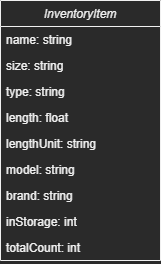
scoutchorton/cst-150 keeps this draw.io diagram as Milestone2/InventoryItem.png. Above is the earlier version. Source tidied: cells renumbered, new cells last; positions are measured from the earlier drawing's top-left corner, leaving out a move shared by most shapes. Source of this version:
```xml
<mxGraphModel>
  <root>
    <mxCell id="0" />
    <mxCell id="1" parent="0" />
    <mxCell id="2" value="InventoryItem" style="swimlane;fontStyle=2;align=center;verticalAlign=top;horizontal=1;startSize=26;rounded=0;shadow=0;strokeWidth=1;" parent="1" vertex="1">
      <mxGeometry width="160" height="260" as="geometry" />
    </mxCell>
    <mxCell id="3" value="name: string" style="text;align=left;verticalAlign=top;spacingLeft=4;spacingRight=4;overflow=hidden;" parent="2" vertex="1">
      <mxGeometry y="26" width="160" height="26" as="geometry" />
    </mxCell>
    <mxCell id="4" value="size: string" style="text;align=left;verticalAlign=top;spacingLeft=4;spacingRight=4;overflow=hidden;rounded=0;shadow=0;html=0;" parent="2" vertex="1">
      <mxGeometry y="52" width="160" height="26" as="geometry" />
    </mxCell>
    <mxCell id="5" value="type: string" style="text;align=left;verticalAlign=top;spacingLeft=4;spacingRight=4;overflow=hidden;rounded=0;shadow=0;html=0;" parent="2" vertex="1">
      <mxGeometry y="78" width="160" height="26" as="geometry" />
    </mxCell>
    <mxCell id="6" value="length: float" style="text;align=left;verticalAlign=top;spacingLeft=4;spacingRight=4;overflow=hidden;rounded=0;shadow=0;html=0;" parent="2" vertex="1">
      <mxGeometry y="104" width="160" height="26" as="geometry" />
    </mxCell>
    <mxCell id="7" value="lengthUnit: string" style="text;align=left;verticalAlign=top;spacingLeft=4;spacingRight=4;overflow=hidden;rounded=0;shadow=0;html=0;" parent="2" vertex="1">
      <mxGeometry y="130" width="160" height="26" as="geometry" />
    </mxCell>
    <mxCell id="8" value="model: string" style="text;align=left;verticalAlign=top;spacingLeft=4;spacingRight=4;overflow=hidden;rounded=0;shadow=0;html=0;" parent="2" vertex="1">
      <mxGeometry y="156" width="160" height="26" as="geometry" />
    </mxCell>
    <mxCell id="9" value="brand: string" style="text;align=left;verticalAlign=top;spacingLeft=4;spacingRight=4;overflow=hidden;rounded=0;shadow=0;html=0;" parent="2" vertex="1">
      <mxGeometry y="182" width="160" height="26" as="geometry" />
    </mxCell>
    <mxCell id="10" value="inStorage: int" style="text;align=left;verticalAlign=top;spacingLeft=4;spacingRight=4;overflow=hidden;rounded=0;shadow=0;html=0;" parent="2" vertex="1">
      <mxGeometry y="208" width="160" height="26" as="geometry" />
    </mxCell>
    <mxCell id="11" value="totalCount: int" style="text;align=left;verticalAlign=top;spacingLeft=4;spacingRight=4;overflow=hidden;rounded=0;shadow=0;html=0;" parent="2" vertex="1">
      <mxGeometry y="234" width="160" height="26" as="geometry" />
    </mxCell>
  </root>
</mxGraphModel>
```
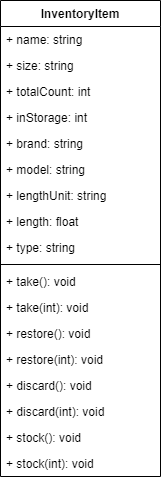
The same diagram one commit later.

Commit message:
Updated UML diagram

The edit, as a diff of the source:
```diff
@@ -2,35 +2,62 @@
   <root>
     <mxCell id="0" />
     <mxCell id="1" parent="0" />
-    <mxCell id="2" value="InventoryItem" style="swimlane;fontStyle=2;align=center;verticalAlign=top;horizontal=1;startSize=26;rounded=0;shadow=0;strokeWidth=1;" parent="1" vertex="1">
-      <mxGeometry width="160" height="260" as="geometry" />
+    <mxCell id="2" value="InventoryItem" style="swimlane;fontStyle=1;align=center;verticalAlign=top;horizontal=1;startSize=26;" parent="1" vertex="1">
+      <mxGeometry width="160" height="476" as="geometry" />
     </mxCell>
-    <mxCell id="3" value="name: string" style="text;align=left;verticalAlign=top;spacingLeft=4;spacingRight=4;overflow=hidden;" parent="2" vertex="1">
+    <mxCell id="3" value="+ name: string" style="text;align=left;verticalAlign=top;spacingLeft=4;spacingRight=4;overflow=hidden;" parent="2" vertex="1">
       <mxGeometry y="26" width="160" height="26" as="geometry" />
     </mxCell>
-    <mxCell id="4" value="size: string" style="text;align=left;verticalAlign=top;spacingLeft=4;spacingRight=4;overflow=hidden;rounded=0;shadow=0;html=0;" parent="2" vertex="1">
+    <mxCell id="4" value="+ size: string" style="text;align=left;verticalAlign=top;spacingLeft=4;spacingRight=4;overflow=hidden;rounded=0;shadow=0;html=0;" parent="2" vertex="1">
       <mxGeometry y="52" width="160" height="26" as="geometry" />
     </mxCell>
+    <mxCell id="11" value="+ totalCount: int" style="text;align=left;verticalAlign=top;spacingLeft=4;spacingRight=4;overflow=hidden;rounded=0;shadow=0;html=0;" parent="2" vertex="1">
+      <mxGeometry y="78" width="160" height="26" as="geometry" />
+    </mxCell>
+    <mxCell id="10" value="+ inStorage: int" style="text;align=left;verticalAlign=top;spacingLeft=4;spacingRight=4;overflow=hidden;rounded=0;shadow=0;html=0;" parent="2" vertex="1">
+      <mxGeometry y="104" width="160" height="26" as="geometry" />
+    </mxCell>
+    <mxCell id="9" value="+ brand: string" style="text;align=left;verticalAlign=top;spacingLeft=4;spacingRight=4;overflow=hidden;rounded=0;shadow=0;html=0;" parent="2" vertex="1">
+      <mxGeometry y="130" width="160" height="26" as="geometry" />
+    </mxCell>
+    <mxCell id="8" value="+ model: string" style="text;align=left;verticalAlign=top;spacingLeft=4;spacingRight=4;overflow=hidden;rounded=0;shadow=0;html=0;" parent="2" vertex="1">
+      <mxGeometry y="156" width="160" height="26" as="geometry" />
+    </mxCell>
+    <mxCell id="7" value="+ lengthUnit: string" style="text;align=left;verticalAlign=top;spacingLeft=4;spacingRight=4;overflow=hidden;rounded=0;shadow=0;html=0;" parent="2" vertex="1">
+      <mxGeometry y="182" width="160" height="26" as="geometry" />
+    </mxCell>
+    <mxCell id="6" value="+ length: float" style="text;align=left;verticalAlign=top;spacingLeft=4;spacingRight=4;overflow=hidden;rounded=0;shadow=0;html=0;" parent="2" vertex="1">
+      <mxGeometry y="208" width="160" height="26" as="geometry" />
+    </mxCell>
-    <mxCell id="5" value="type: string" style="text;align=left;verticalAlign=top;spacingLeft=4;spacingRight=4;overflow=hidden;rounded=0;shadow=0;html=0;" parent="2" vertex="1">
-      <mxGeometry y="78" width="160" height="26" as="geometry" />
+    <mxCell id="5" value="+ type: string" style="text;align=left;verticalAlign=top;spacingLeft=4;spacingRight=4;overflow=hidden;rounded=0;shadow=0;html=0;" parent="2" vertex="1">
+      <mxGeometry y="234" width="160" height="26" as="geometry" />
     </mxCell>
-    <mxCell id="6" value="length: float" style="text;align=left;verticalAlign=top;spacingLeft=4;spacingRight=4;overflow=hidden;rounded=0;shadow=0;html=0;" parent="2" vertex="1">
-      <mxGeometry y="104" width="160" height="26" as="geometry" />
-    </mxCell>
-    <mxCell id="7" value="lengthUnit: string" style="text;align=left;verticalAlign=top;spacingLeft=4;spacingRight=4;overflow=hidden;rounded=0;shadow=0;html=0;" parent="2" vertex="1">
-      <mxGeometry y="130" width="160" height="26" as="geometry" />
-    </mxCell>
-    <mxCell id="8" value="model: string" style="text;align=left;verticalAlign=top;spacingLeft=4;spacingRight=4;overflow=hidden;rounded=0;shadow=0;html=0;" parent="2" vertex="1">
-      <mxGeometry y="156" width="160" height="26" as="geometry" />
-    </mxCell>
-    <mxCell id="9" value="brand: string" style="text;align=left;verticalAlign=top;spacingLeft=4;spacingRight=4;overflow=hidden;rounded=0;shadow=0;html=0;" parent="2" vertex="1">
-      <mxGeometry y="182" width="160" height="26" as="geometry" />
-    </mxCell>
-    <mxCell id="10" value="inStorage: int" style="text;align=left;verticalAlign=top;spacingLeft=4;spacingRight=4;overflow=hidden;rounded=0;shadow=0;html=0;" parent="2" vertex="1">
-      <mxGeometry y="208" width="160" height="26" as="geometry" />
-    </mxCell>
-    <mxCell id="11" value="totalCount: int" style="text;align=left;verticalAlign=top;spacingLeft=4;spacingRight=4;overflow=hidden;rounded=0;shadow=0;html=0;" parent="2" vertex="1">
-      <mxGeometry y="234" width="160" height="26" as="geometry" />
-    </mxCell>
+    <mxCell id="12" style="line;strokeWidth=1;fillColor=none;align=left;verticalAlign=middle;spacingTop=-1;spacingLeft=3;spacingRight=3;labelPosition=right;strokeColor=inherit;" parent="2" vertex="1">
+      <mxGeometry y="260" width="160" height="8" as="geometry" />
+    </mxCell>
+    <mxCell id="13" value="+ take(): void" style="text;strokeColor=none;fillColor=none;align=left;verticalAlign=top;spacingLeft=4;spacingRight=4;overflow=hidden;" parent="2" vertex="1">
+      <mxGeometry y="268" width="160" height="26" as="geometry" />
+    </mxCell>
+    <mxCell id="14" value="+ take(int): void" style="text;strokeColor=none;fillColor=none;align=left;verticalAlign=top;spacingLeft=4;spacingRight=4;overflow=hidden;" parent="2" vertex="1">
+      <mxGeometry y="294" width="160" height="26" as="geometry" />
+    </mxCell>
+    <mxCell id="15" value="+ restore(): void" style="text;strokeColor=none;fillColor=none;align=left;verticalAlign=top;spacingLeft=4;spacingRight=4;overflow=hidden;" parent="2" vertex="1">
+      <mxGeometry y="320" width="160" height="26" as="geometry" />
+    </mxCell>
+    <mxCell id="16" value="+ restore(int): void" style="text;strokeColor=none;fillColor=none;align=left;verticalAlign=top;spacingLeft=4;spacingRight=4;overflow=hidden;" parent="2" vertex="1">
+      <mxGeometry y="346" width="160" height="26" as="geometry" />
+    </mxCell>
+    <mxCell id="17" value="+ discard(): void" style="text;strokeColor=none;fillColor=none;align=left;verticalAlign=top;spacingLeft=4;spacingRight=4;overflow=hidden;" parent="2" vertex="1">
+      <mxGeometry y="372" width="160" height="26" as="geometry" />
+    </mxCell>
+    <mxCell id="18" value="+ discard(int): void" style="text;strokeColor=none;fillColor=none;align=left;verticalAlign=top;spacingLeft=4;spacingRight=4;overflow=hidden;" parent="2" vertex="1">
+      <mxGeometry y="398" width="160" height="26" as="geometry" />
+    </mxCell>
+    <mxCell id="19" value="+ stock(): void" style="text;strokeColor=none;fillColor=none;align=left;verticalAlign=top;spacingLeft=4;spacingRight=4;overflow=hidden;" parent="2" vertex="1">
+      <mxGeometry y="424" width="160" height="26" as="geometry" />
+    </mxCell>
+    <mxCell id="20" value="+ stock(int): void" style="text;strokeColor=none;fillColor=none;align=left;verticalAlign=top;spacingLeft=4;spacingRight=4;overflow=hidden;" parent="2" vertex="1">
+      <mxGeometry y="450" width="160" height="26" as="geometry" />
+    </mxCell>
   </root>
 </mxGraphModel>
```
